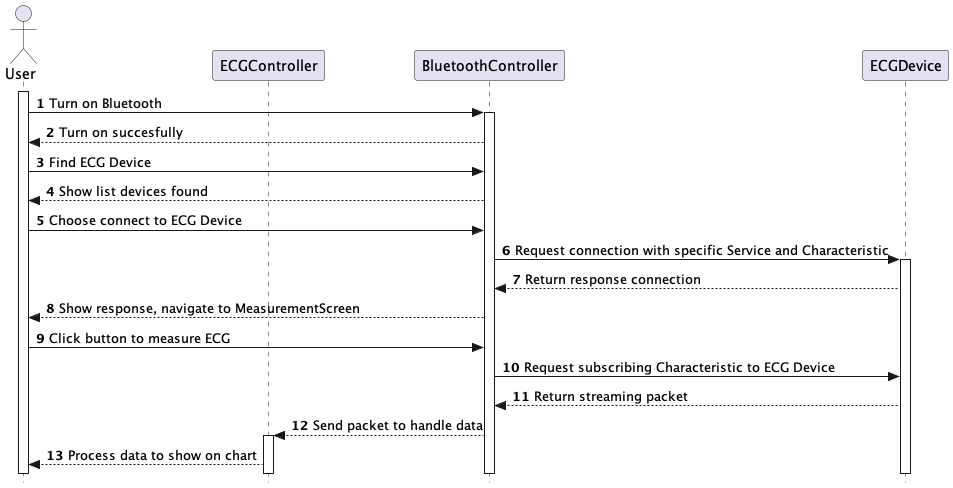
Before: latex_thesis/Images/mobile_app/design_connect_and_receive_ECG_data.png, a diagram exported from PlantUML (techcomrade/fmECG).
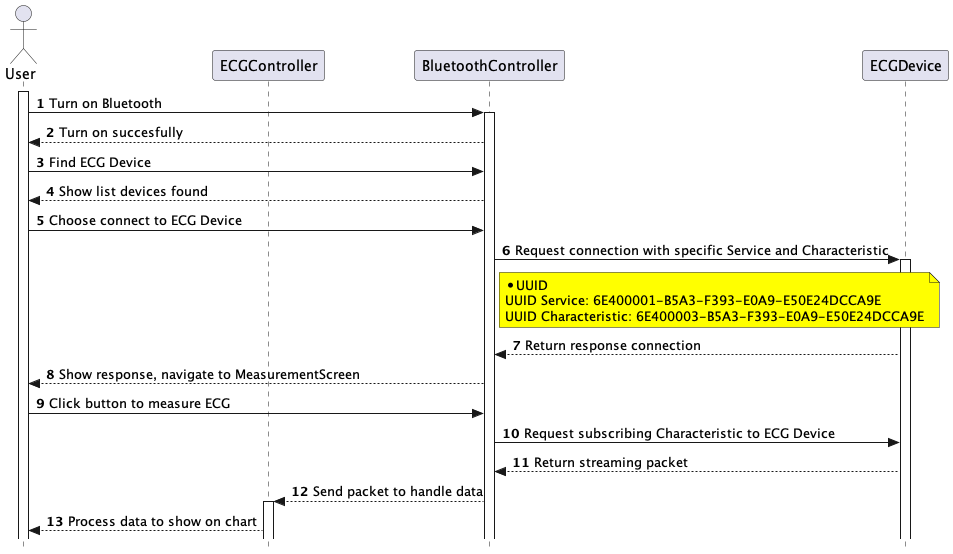
After the commit.

Change to the diagram source:
```diff
@@ -26,6 +26,11 @@
 User -> BluetoothController: Choose connect to ECG Device
 
 BluetoothController -> ECGDevice: Request connection with specific Service and Characteristic
+note right of BluetoothController #Yellow
+* UUID
+UUID Service: 6E400001-B5A3-F393-E0A9-E50E24DCCA9E
+UUID Characteristic: 6E400003-B5A3-F393-E0A9-E50E24DCCA9E
+end note
 activate ECGDevice
 ECGDevice --> BluetoothController: Return response connection
 BluetoothController --> User: Show response, navigate to MeasurementScreen
```
